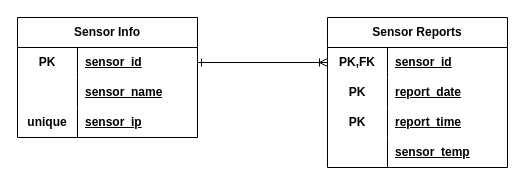
mccakit/Wireless-Sensor-Management-and-Tracking keeps this draw.io diagram as Database/Database Diagram.drawio. Above is the earlier version. Source tidied: cells renumbered, new cells numbered last; positions are measured from the earlier drawing's top-left corner, leaving out a move shared by most shapes. Both pictures are drawn from the tidied source at 100%, with x=0, y=0 at pixel (17, 17).
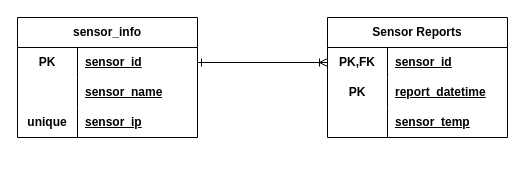
The same diagram, later.

Commit message (it also covers changes not shown here):
Fixed Database Diagram

The change refers to these unchanged cells:
```xml
<mxCell id="16" style="shape=tableRow;horizontal=0;startSize=0;swimlaneHead=0;swimlaneBody=0;fillColor=none;top=0;left=0;right=0;bottom=0;html=1;" parent="12" vertex="1">
  <mxGeometry y="60" width="180" height="30" as="geometry" />
</mxCell>
```

Diff of the diagram source:
```diff
@@
-    <mxCell id="2" value="Sensor Info" style="shape=table;startSize=30;childLayout=tableLayout;rowLines=0;fontStyle=1;align=center;html=1;whiteSpace=wrap;" parent="1" vertex="1">
+    <mxCell id="2" value="sensor_info" style="shape=table;startSize=30;childLayout=tableLayout;rowLines=0;fontStyle=1;align=center;html=1;whiteSpace=wrap;" parent="1" vertex="1">
       <mxGeometry width="180" height="120" as="geometry" />
     </mxCell>
@@
     <mxCell id="12" value="Sensor Reports" style="shape=table;startSize=30;childLayout=tableLayout;rowLines=0;fontStyle=1;align=center;html=1;whiteSpace=wrap;" parent="1" vertex="1">
-      <mxGeometry x="310" width="180" height="150" as="geometry" />
+      <mxGeometry x="310" width="180" height="120" as="geometry" />
     </mxCell>
@@
-    <mxCell id="18" value="report_date" style="shape=partialRectangle;fillColor=none;top=0;left=0;bottom=0;right=0;align=left;spacingLeft=6;fontStyle=5;overflow=hidden;html=1;whiteSpace=wrap;" parent="16" vertex="1">
+    <mxCell id="18" value="report_datetime" style="shape=partialRectangle;fillColor=none;top=0;left=0;bottom=0;right=0;align=left;spacingLeft=6;fontStyle=5;overflow=hidden;html=1;whiteSpace=wrap;" parent="16" vertex="1">
       <mxGeometry x="60" width="120" height="30" as="geometry" />
     </mxCell>
-    <mxCell id="19" style="shape=tableRow;horizontal=0;startSize=0;swimlaneHead=0;swimlaneBody=0;fillColor=none;top=0;left=0;right=0;bottom=0;html=1;" parent="12" vertex="1">
-      <mxGeometry y="90" width="180" height="30" as="geometry" />
-    </mxCell>
-    <mxCell id="20" value="PK" style="shape=partialRectangle;fillColor=none;top=0;left=0;bottom=0;right=0;fontStyle=1;overflow=hidden;html=1;whiteSpace=wrap;" parent="19" vertex="1">
-      <mxGeometry width="60" height="30" as="geometry" />
-    </mxCell>
-    <mxCell id="21" value="report_time" style="shape=partialRectangle;fillColor=none;top=0;left=0;bottom=0;right=0;align=left;spacingLeft=6;fontStyle=5;overflow=hidden;html=1;whiteSpace=wrap;" parent="19" vertex="1">
-      <mxGeometry x="60" width="120" height="30" as="geometry" />
-    </mxCell>
     <mxCell id="22" style="shape=tableRow;horizontal=0;startSize=0;swimlaneHead=0;swimlaneBody=0;fillColor=none;top=0;left=0;right=0;bottom=0;html=1;" parent="12" vertex="1">
-      <mxGeometry y="120" width="180" height="30" as="geometry" />
+      <mxGeometry y="90" width="180" height="30" as="geometry" />
     </mxCell>
```
